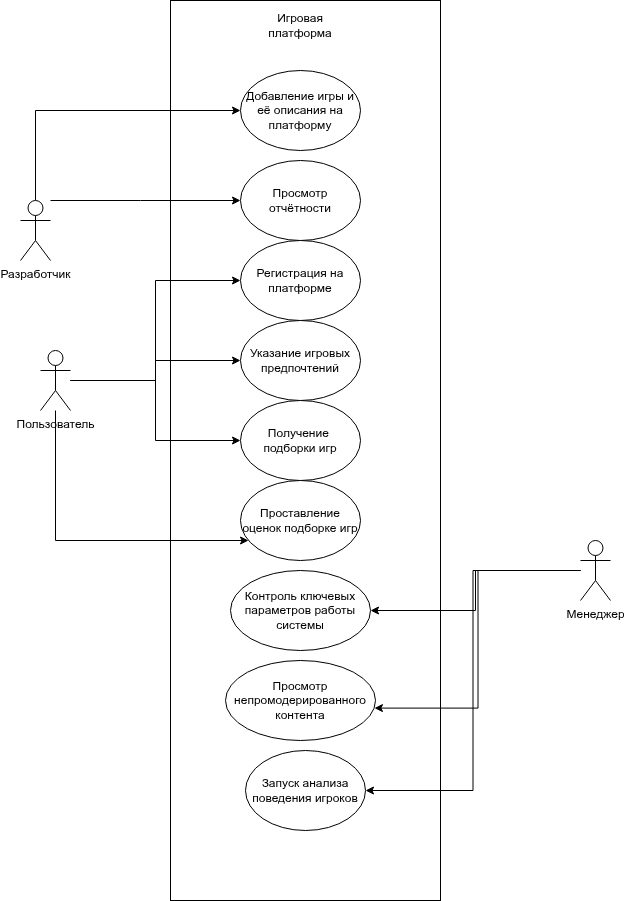
This is project/10/Roles/Systems Analyst/Use Case Diagram/useCaseDiagram.png from job-modelware-ru/it-2025-sD4yp, a draw.io export, as it was before one commit. Source tidied: cells renumbered, new cells last; positions are measured from the earlier drawing's top-left corner, leaving out a move shared by most shapes.
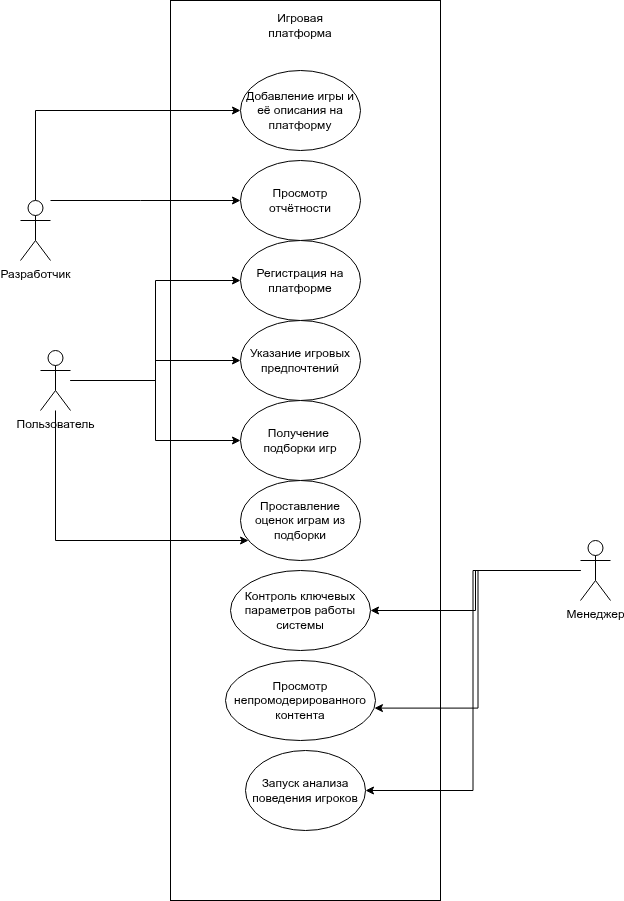
The same file after the commit.

Diff of the diagram source:
```diff
@@ -57,7 +57,7 @@
     <mxCell id="15" value="Добавление игры и её описания на платформу" style="ellipse;whiteSpace=wrap;html=1;" parent="1" vertex="1">
       <mxGeometry x="220" y="70" width="120" height="80" as="geometry" />
     </mxCell>
-    <mxCell id="16" value="Проставление оценок подборке игр" style="ellipse;whiteSpace=wrap;html=1;" parent="1" vertex="1">
+    <mxCell id="16" value="Проставление оценок играм из подборки" style="ellipse;whiteSpace=wrap;html=1;" parent="1" vertex="1">
       <mxGeometry x="220" y="480" width="120" height="80" as="geometry" />
     </mxCell>
     <mxCell id="17" value="Просмотр отчётности" style="ellipse;whiteSpace=wrap;html=1;" parent="1" vertex="1">
```
